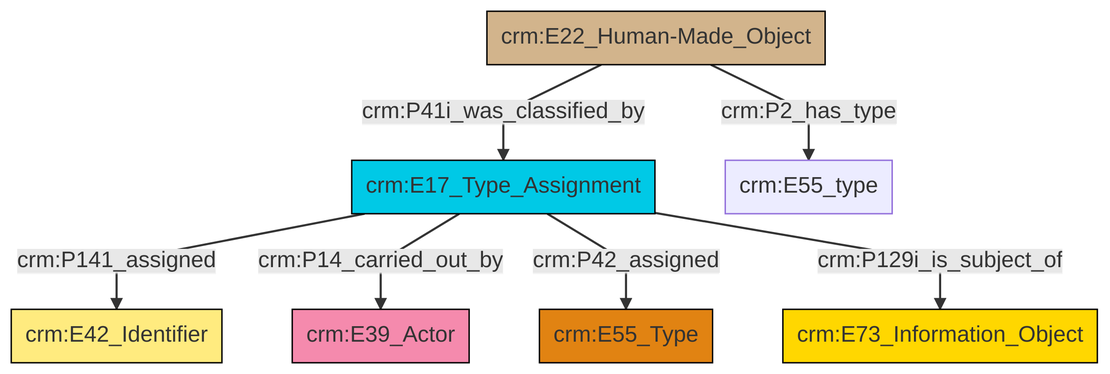
swiss-art-research-net/reference-data-models keeps this Mermaid diagram as et/builtWorkCSV/ttl/mmd/png/Built_Work_designation_status.png. Above is the earlier version. Its source is kept beside it as et/builtWorkCSV/ttl/mmd/Built_Work_designation_status.ttl.mmd.
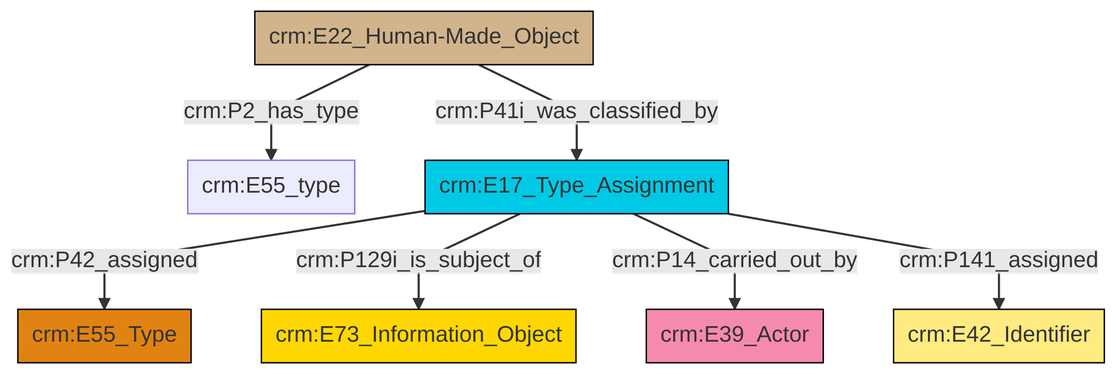
Above is the later version.

The edit, as a diff of the source:
```diff
@@ -13,9 +13,9 @@
 classDef PC_Classes fill:#4ce600, stroke:#000000;
 classDef Multi fill:#cccccc,stroke:#000000;
 
-0["crm:E17_Type_Assignment"]:::Temporal_Entity -->|crm:P141_assigned| 1["crm:E42_Identifier"]:::Appellation
-0["crm:E17_Type_Assignment"]:::Temporal_Entity -->|crm:P14_carried_out_by| 4["crm:E39_Actor"]:::Actor
-9["crm:E22_Human-Made_Object"]:::Physical_Thing -->|crm:P2_has_type| 10["crm:E55_type"]:::Default
-0["crm:E17_Type_Assignment"]:::Temporal_Entity -->|crm:P42_assigned| 5["crm:E55_Type"]:::Type
-9["crm:E22_Human-Made_Object"]:::Physical_Thing -->|crm:P41i_was_classified_by| 0["crm:E17_Type_Assignment"]:::Temporal_Entity
-0["crm:E17_Type_Assignment"]:::Temporal_Entity -->|crm:P129i_is_subject_of| 2["crm:E73_Information_Object"]:::Conceptual_Object
+0["crm:E22_Human-Made_Object"]:::Physical_Thing -->|crm:P2_has_type| 2["crm:E55_type"]:::Default
+0["crm:E22_Human-Made_Object"]:::Physical_Thing -->|crm:P41i_was_classified_by| 5["crm:E17_Type_Assignment"]:::Temporal_Entity
+5["crm:E17_Type_Assignment"]:::Temporal_Entity -->|crm:P42_assigned| 10["crm:E55_Type"]:::Type
+5["crm:E17_Type_Assignment"]:::Temporal_Entity -->|crm:P129i_is_subject_of| 3["crm:E73_Information_Object"]:::Conceptual_Object
+5["crm:E17_Type_Assignment"]:::Temporal_Entity -->|crm:P14_carried_out_by| 13["crm:E39_Actor"]:::Actor
+5["crm:E17_Type_Assignment"]:::Temporal_Entity -->|crm:P141_assigned| 7["crm:E42_Identifier"]:::Appellation
```
